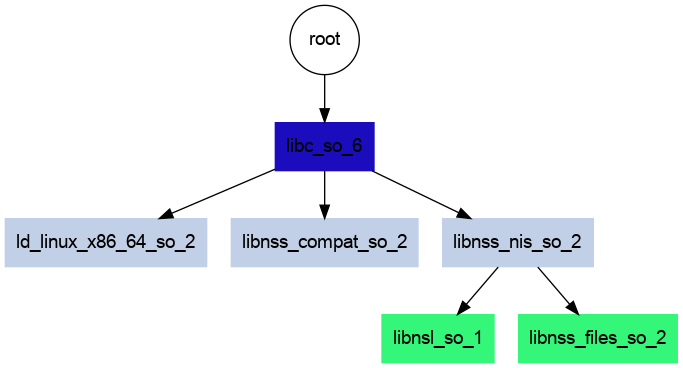
The Graphviz diagram audit.png in buildsi/ldaudit-yaml, before a commit. Its source is kept beside it as audit.dot.
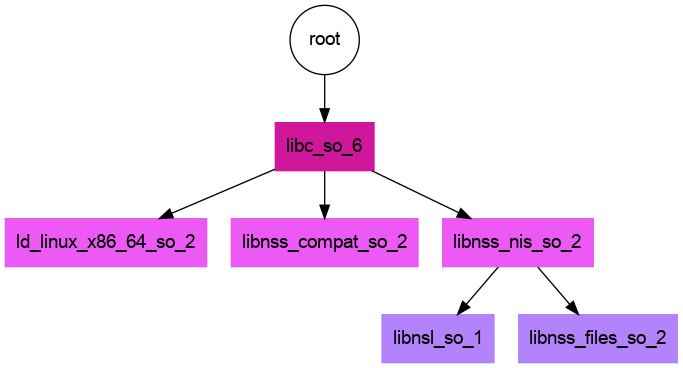
After the commit.

Change to the diagram source:
```diff
@@ -3,12 +3,12 @@
 node [fontname="Arial"];
 
 root [shape=circle]
-ld_linux_x86_64_so_2 [shape=box,style=filled,color="#C1D0E6"]
-libc_so_6 [shape=box,style=filled,color="#1B0DBD"]
-libnss_compat_so_2 [shape=box,style=filled,color="#C1D0E6"]
-libnss_nis_so_2 [shape=box,style=filled,color="#C1D0E6"]
-libnsl_so_1 [shape=box,style=filled,color="#34F679"]
-libnss_files_so_2 [shape=box,style=filled,color="#34F679"]
+ld_linux_x86_64_so_2 [shape=box,style=filled,color="#ED59F4"]
+libc_so_6 [shape=box,style=filled,color="#CE179B"]
+libnss_compat_so_2 [shape=box,style=filled,color="#ED59F4"]
+libnss_nis_so_2 [shape=box,style=filled,color="#ED59F4"]
+libnsl_so_1 [shape=box,style=filled,color="#B283FC"]
+libnss_files_so_2 [shape=box,style=filled,color="#B283FC"]
 
 root -> libc_so_6
 libc_so_6 -> ld_linux_x86_64_so_2
```
